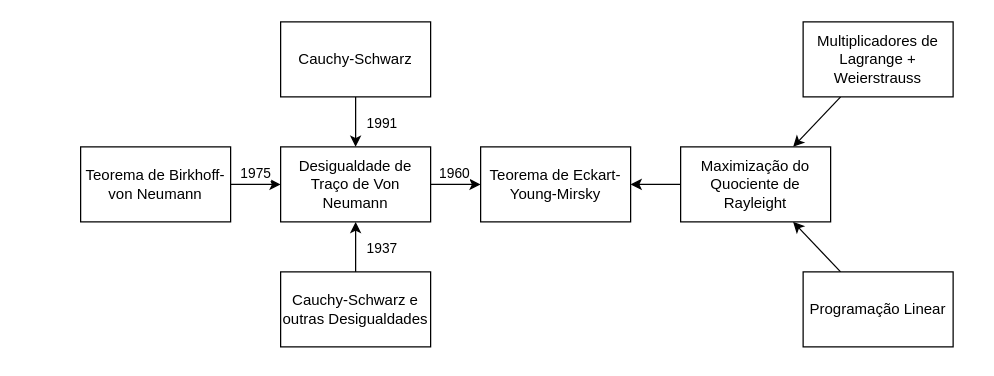
This is slides/figures/multiple-paths.drawio from joaovictorlopezpereira/Recursive-OLS-Derivation, a draw.io file, before an edit. Source tidied: cells renumbered, new cells numbered last; positions are measured from the earlier drawing's top-left corner, leaving out a move shared by most shapes. Both pictures are drawn from the tidied source at 125%, with x=0, y=0 at pixel (80, 21).
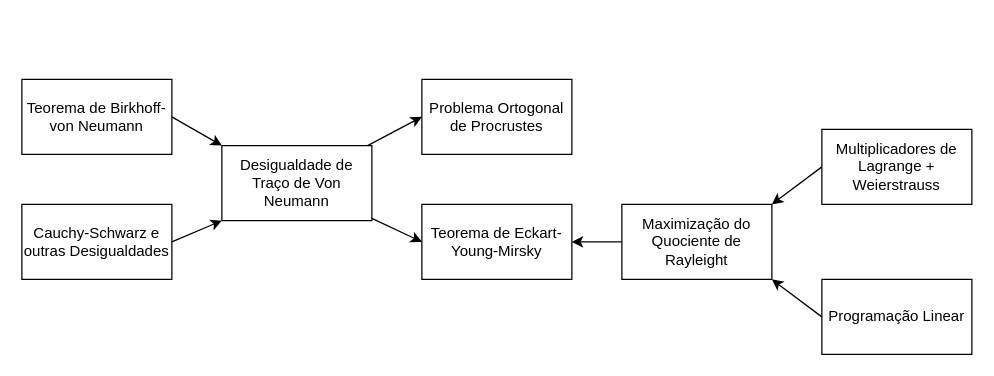
The same diagram, later.

Change to the diagram source:
```diff
@@
     <mxCell id="2" value="Teorema de Eckart-Young-Mirsky" style="whiteSpace=wrap;html=1;fontStyle=0;" parent="1" vertex="1">
-      <mxGeometry x="320" y="100" width="120" height="60" as="geometry" />
+      <mxGeometry x="273" y="146" width="120" height="60" as="geometry" />
     </mxCell>
+    <mxCell id="21" style="edgeStyle=none;html=1;entryX=0;entryY=0.5;entryDx=0;entryDy=0;" parent="1" edge="1" source="5" target="22">
+      <mxGeometry relative="1" as="geometry" />
+    </mxCell>
-    <mxCell id="3" style="edgeStyle=none;html=1;entryX=0;entryY=0.5;entryDx=0;entryDy=0;exitX=1;exitY=0.5;exitDx=0;exitDy=0;" parent="1" edge="1" source="5" target="2">
+    <mxCell id="3" style="edgeStyle=none;html=1;entryX=0;entryY=0.5;entryDx=0;entryDy=0;" parent="1" edge="1" source="5" target="2">
       <mxGeometry relative="1" as="geometry" />
     </mxCell>
-    <mxCell id="4" value="1960" style="edgeLabel;html=1;align=center;verticalAlign=middle;" parent="3" vertex="1">
-      <mxGeometry x="-0.11" y="-3" relative="1" as="geometry">
-        <mxPoint y="-13" as="offset" />
-      </mxGeometry>
-    </mxCell>
     <mxCell id="5" value="&lt;p&gt;&lt;span style=&quot;color: rgb(0, 0, 0);&quot;&gt;Desigualdade de Traço de Von Neumann&lt;/span&gt;&lt;/p&gt;" style="whiteSpace=wrap;html=1;" parent="1" vertex="1">
-      <mxGeometry x="160" y="100" width="120" height="60" as="geometry" />
+      <mxGeometry x="113" y="99" width="120" height="60" as="geometry" />
     </mxCell>
-    <mxCell id="6" style="edgeStyle=none;html=1;entryX=0;entryY=0.5;entryDx=0;entryDy=0;exitX=1;exitY=0.5;exitDx=0;exitDy=0;" parent="1" edge="1" source="8" target="5">
+    <mxCell id="6" style="edgeStyle=none;html=1;entryX=0;entryY=0;entryDx=0;entryDy=0;exitX=1;exitY=0.5;exitDx=0;exitDy=0;" parent="1" edge="1" source="8" target="5">
       <mxGeometry relative="1" as="geometry" />
     </mxCell>
-    <mxCell id="7" value="1975" style="edgeLabel;html=1;align=center;verticalAlign=middle;" parent="6" vertex="1">
-      <mxGeometry x="-0.08" y="-2" relative="1" as="geometry">
-        <mxPoint x="1" y="-12" as="offset" />
-      </mxGeometry>
-    </mxCell>
     <mxCell id="8" value="&lt;p&gt;&lt;font color=&quot;#000000&quot;&gt;Teorema de Birkhoff-von Neumann&lt;/font&gt;&lt;/p&gt;" style="whiteSpace=wrap;html=1;" parent="1" vertex="1">
-      <mxGeometry y="100" width="120" height="60" as="geometry" />
+      <mxGeometry x="-47" y="46" width="120" height="60" as="geometry" />
     </mxCell>
-    <mxCell id="9" style="edgeStyle=none;html=1;entryX=0.75;entryY=0;entryDx=0;entryDy=0;exitX=0.25;exitY=1;exitDx=0;exitDy=0;" parent="1" edge="1" source="10" target="12">
+    <mxCell id="9" style="edgeStyle=none;html=1;entryX=1;entryY=0;entryDx=0;entryDy=0;exitX=0;exitY=0.5;exitDx=0;exitDy=0;" parent="1" edge="1" source="10" target="12">
       <mxGeometry relative="1" as="geometry" />
     </mxCell>
     <mxCell id="10" value="Multiplicadores de Lagrange + Weierstrauss" style="whiteSpace=wrap;html=1;" parent="1" vertex="1">
-      <mxGeometry x="578" width="120" height="60" as="geometry" />
+      <mxGeometry x="593" y="86" width="120" height="60" as="geometry" />
     </mxCell>
@@
     <mxCell id="12" value="Maximização do Quociente de Rayleight" style="whiteSpace=wrap;html=1;" parent="1" vertex="1">
-      <mxGeometry x="480" y="100" width="120" height="60" as="geometry" />
+      <mxGeometry x="433" y="146" width="120" height="60" as="geometry" />
     </mxCell>
-    <mxCell id="13" style="edgeStyle=none;html=1;entryX=0.75;entryY=1;entryDx=0;entryDy=0;exitX=0.25;exitY=0;exitDx=0;exitDy=0;" parent="1" edge="1" source="14" target="12">
+    <mxCell id="13" style="edgeStyle=none;html=1;entryX=1;entryY=1;entryDx=0;entryDy=0;exitX=0;exitY=0.5;exitDx=0;exitDy=0;" parent="1" edge="1" source="14" target="12">
       <mxGeometry relative="1" as="geometry" />
     </mxCell>
     <mxCell id="14" value="Programação Linear" style="whiteSpace=wrap;html=1;" parent="1" vertex="1">
-      <mxGeometry x="578" y="200" width="120" height="60" as="geometry" />
+      <mxGeometry x="593" y="206" width="120" height="60" as="geometry" />
     </mxCell>
-    <mxCell id="15" style="edgeStyle=none;html=1;entryX=0.5;entryY=0;entryDx=0;entryDy=0;" parent="1" edge="1" source="17" target="5">
-      <mxGeometry relative="1" as="geometry" />
-    </mxCell>
-    <mxCell id="16" value="1991" style="edgeLabel;html=1;align=center;verticalAlign=middle;" parent="15" vertex="1">
-      <mxGeometry x="-0.3" y="-1" relative="1" as="geometry">
-        <mxPoint x="21" y="6" as="offset" />
-      </mxGeometry>
-    </mxCell>
-    <mxCell id="17" value="&lt;p&gt;&lt;span style=&quot;color: rgb(0, 0, 0);&quot;&gt;Cauchy-Schwarz&lt;/span&gt;&lt;/p&gt;" style="whiteSpace=wrap;html=1;" parent="1" vertex="1">
-      <mxGeometry x="160" width="120" height="60" as="geometry" />
-    </mxCell>
-    <mxCell id="18" style="edgeStyle=none;html=1;entryX=0.5;entryY=1;entryDx=0;entryDy=0;" parent="1" edge="1" source="20" target="5">
+    <mxCell id="18" style="edgeStyle=none;html=1;entryX=0;entryY=1;entryDx=0;entryDy=0;exitX=1;exitY=0.5;exitDx=0;exitDy=0;" parent="1" edge="1" source="20" target="5">
       <mxGeometry relative="1" as="geometry" />
     </mxCell>
-    <mxCell id="19" value="1937" style="edgeLabel;html=1;align=center;verticalAlign=middle;" parent="18" vertex="1">
-      <mxGeometry x="0.22" y="-3" relative="1" as="geometry">
-        <mxPoint x="17" y="4" as="offset" />
-      </mxGeometry>
-    </mxCell>
     <mxCell id="20" value="&lt;p&gt;&lt;span style=&quot;color: rgb(0, 0, 0);&quot;&gt;Cauchy-Schwarz e outras Desigualdades&lt;/span&gt;&lt;/p&gt;" style="whiteSpace=wrap;html=1;" parent="1" vertex="1">
-      <mxGeometry x="160" y="200" width="120" height="60" as="geometry" />
+      <mxGeometry x="-47" y="146" width="120" height="60" as="geometry" />
     </mxCell>
+    <mxCell id="22" value="Problema Ortogonal de Procrustes" style="whiteSpace=wrap;html=1;fontStyle=0;" parent="1" vertex="1">
+      <mxGeometry x="273" y="46" width="120" height="60" as="geometry" />
+    </mxCell>
```
